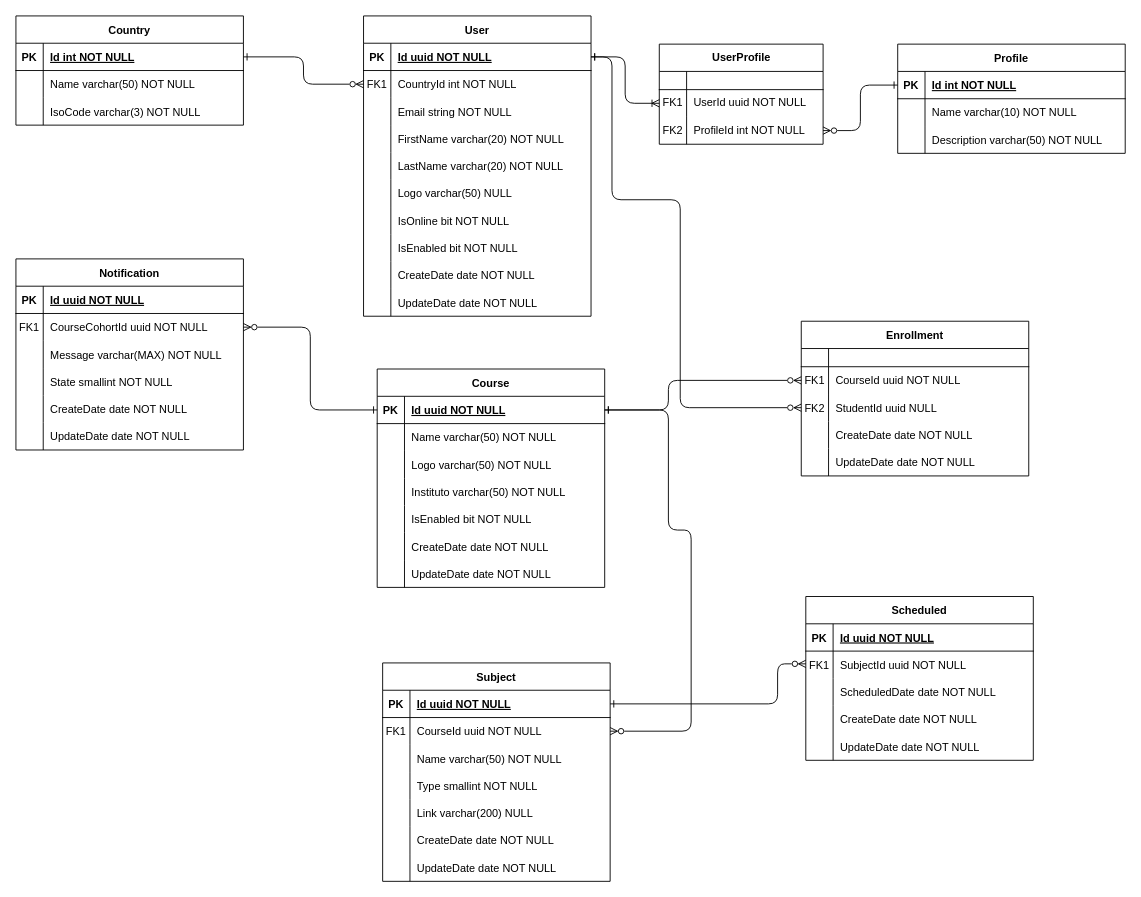
Before: StudyFlow Entidad-Relacion.drawio in Jomprate/StudyFlow, a draw.io diagram. Source tidied: cells renumbered, new cells numbered last; positions are measured from the earlier drawing's top-left corner, leaving out a move shared by most shapes. Both pictures are drawn from the tidied source at 91%, with x=0, y=0 at pixel (15, 15).
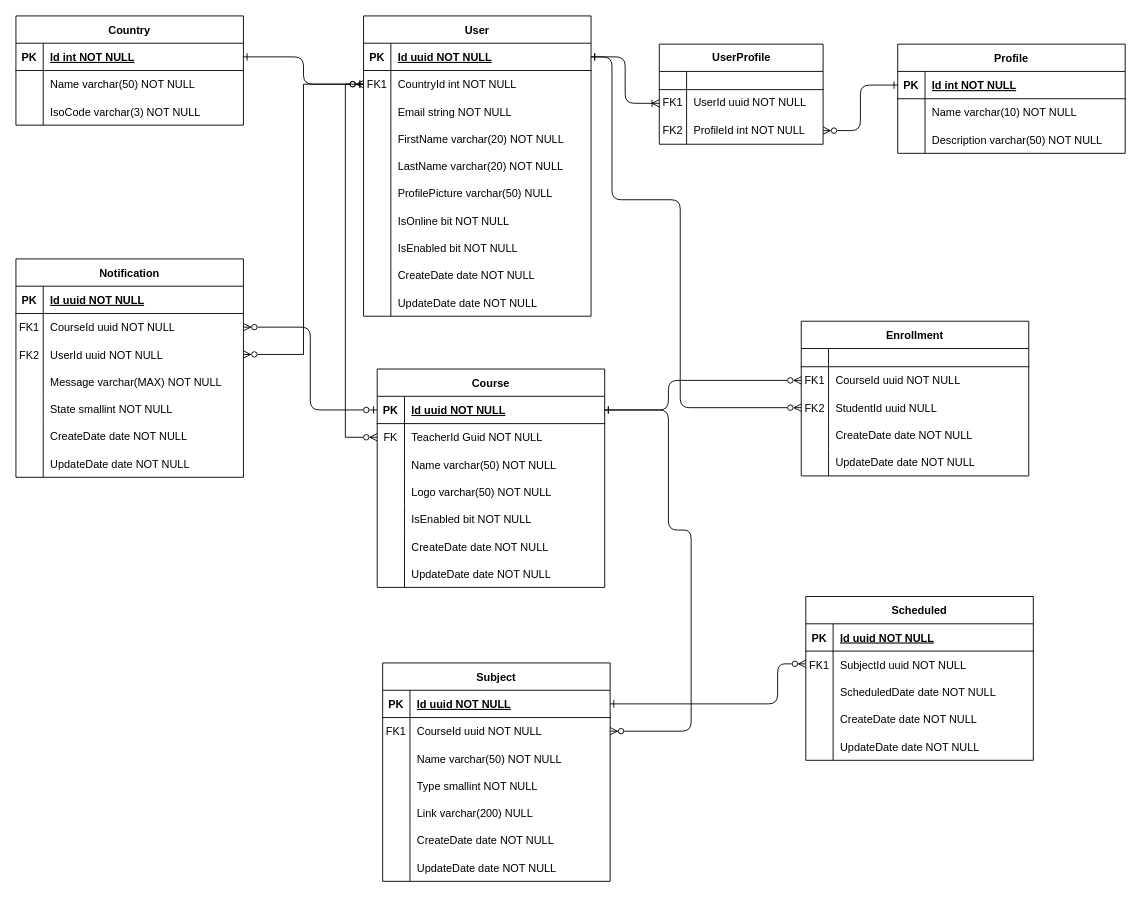
Above is the later version.

Commit message:
Update the entity with course with user

Unchanged cells that the change refers to:
```xml
<mxCell id="6" style="shape=partialRectangle;fillColor=none;points=[[0,0.5],[1,0.5]];portConstraint=eastwest;top=0;left=0;right=0;bottom=0;rounded=0;" parent="2" vertex="1">
  <mxGeometry y="60" width="250" height="30" as="geometry" />
</mxCell>
<mxCell id="18" style="shape=partialRectangle;fillColor=none;top=0;left=0;right=0;bottom=0;rounded=0;" parent="2" vertex="1">
  <mxGeometry y="180" width="250" height="30" as="geometry" />
</mxCell>
<mxCell id="97" style="group;rounded=0;" parent="1" vertex="1">
  <mxGeometry y="267" width="250" height="190" as="geometry" />
</mxCell>
<mxCell id="102" style="shape=partialRectangle;fillColor=none;points=[[0,0.5],[1,0.5]];portConstraint=eastwest;top=0;left=0;right=0;bottom=0;rounded=0;" parent="98" vertex="1">
  <mxGeometry y="60" width="250" height="30" as="geometry" />
</mxCell>
<mxCell id="129" value="Course" style="shape=table;startSize=30;childLayout=tableLayout;rowLines=0;fontStyle=1;align=center;rounded=0;" parent="1" vertex="1">
  <mxGeometry x="397" y="388" width="250" height="240" as="geometry" />
</mxCell>
<mxCell id="130" style="shape=partialRectangle;fillColor=none;points=[[0,0.5],[1,0.5]];portConstraint=eastwest;top=0;left=0;right=0;bottom=1;rounded=0;" parent="129" vertex="1">
  <mxGeometry y="30" width="250" height="30" as="geometry" />
</mxCell>
<mxCell id="133" style="shape=partialRectangle;fillColor=none;points=[[0,0.5],[1,0.5]];portConstraint=eastwest;top=0;left=0;right=0;bottom=0;rounded=0;" parent="129" vertex="1">
  <mxGeometry y="60" width="250" height="30" as="geometry" />
</mxCell>
```

What changed in the source:
```diff
@@
-    <mxCell id="20" value="Logo varchar(50) NULL" style="shape=partialRectangle;overflow=hidden;fillColor=none;top=0;left=0;bottom=0;right=0;align=left;spacingLeft=6;rounded=0;" parent="18" vertex="1">
+    <mxCell id="20" value="ProfilePicture varchar(50) NULL" style="shape=partialRectangle;overflow=hidden;fillColor=none;top=0;left=0;bottom=0;right=0;align=left;spacingLeft=6;rounded=0;" parent="18" vertex="1">
       <mxGeometry x="30" width="220" height="30" as="geometry" />
     </mxCell>
@@
     <mxCell id="98" value="Notification" style="shape=table;startSize=30;childLayout=tableLayout;rowLines=0;fontStyle=1;align=center;rounded=0;" parent="97" vertex="1">
-      <mxGeometry width="250" height="210" as="geometry" />
+      <mxGeometry width="250" height="240" as="geometry" />
     </mxCell>
@@
-    <mxCell id="104" value="CourseCohortId uuid NOT NULL" style="shape=partialRectangle;overflow=hidden;fillColor=none;top=0;left=0;bottom=0;right=0;align=left;spacingLeft=6;rounded=0;" parent="102" vertex="1">
+    <mxCell id="104" value="CourseId uuid NOT NULL" style="shape=partialRectangle;overflow=hidden;fillColor=none;top=0;left=0;bottom=0;right=0;align=left;spacingLeft=6;rounded=0;" parent="102" vertex="1">
       <mxGeometry x="30" width="220" height="30" as="geometry" />
     </mxCell>
+    <mxCell id="167" style="shape=partialRectangle;fillColor=none;points=[[0,0.5],[1,0.5]];portConstraint=eastwest;top=0;left=0;right=0;bottom=0;rounded=0;" parent="98" vertex="1">
+      <mxGeometry y="90" width="250" height="30" as="geometry" />
+    </mxCell>
+    <mxCell id="168" value="FK2" style="shape=partialRectangle;overflow=hidden;fillColor=none;top=0;left=0;bottom=0;right=0;rounded=0;" parent="167" vertex="1">
+      <mxGeometry width="30" height="30" as="geometry" />
+    </mxCell>
+    <mxCell id="169" value="UserId uuid NOT NULL" style="shape=partialRectangle;overflow=hidden;fillColor=none;top=0;left=0;bottom=0;right=0;align=left;spacingLeft=6;rounded=0;" parent="167" vertex="1">
+      <mxGeometry x="30" width="220" height="30" as="geometry" />
+    </mxCell>
     <mxCell id="105" style="shape=partialRectangle;fillColor=none;top=0;left=0;right=0;bottom=0;rounded=0;" parent="98" vertex="1">
-      <mxGeometry y="90" width="250" height="30" as="geometry" />
+      <mxGeometry y="120" width="250" height="30" as="geometry" />
     </mxCell>
@@
     <mxCell id="108" style="shape=partialRectangle;fillColor=none;top=0;left=0;right=0;bottom=0;rounded=0;" parent="98" vertex="1">
-      <mxGeometry y="120" width="250" height="30" as="geometry" />
+      <mxGeometry y="150" width="250" height="30" as="geometry" />
     </mxCell>
@@
     <mxCell id="111" style="shape=partialRectangle;fillColor=none;top=0;left=0;right=0;bottom=0;rounded=0;" parent="98" vertex="1">
-      <mxGeometry y="150" width="250" height="30" as="geometry" />
+      <mxGeometry y="180" width="250" height="30" as="geometry" />
     </mxCell>
@@
     <mxCell id="114" style="shape=partialRectangle;fillColor=none;top=0;left=0;right=0;bottom=0;rounded=0;" parent="98" vertex="1">
-      <mxGeometry y="180" width="250" height="30" as="geometry" />
+      <mxGeometry y="210" width="250" height="30" as="geometry" />
     </mxCell>
@@
-    <mxCell id="134" style="shape=partialRectangle;overflow=hidden;fillColor=none;top=0;left=0;bottom=0;right=0;rounded=0;" parent="133" vertex="1">
+    <mxCell id="134" value="FK" style="shape=partialRectangle;overflow=hidden;fillColor=none;top=0;left=0;bottom=0;right=0;rounded=0;" parent="133" vertex="1">
       <mxGeometry width="30" height="30" as="geometry" />
     </mxCell>
-    <mxCell id="135" value="Name varchar(50) NOT NULL" style="shape=partialRectangle;overflow=hidden;fillColor=none;top=0;left=0;bottom=0;right=0;align=left;spacingLeft=6;rounded=0;" parent="133" vertex="1">
+    <mxCell id="135" value="TeacherId Guid NOT NULL" style="shape=partialRectangle;overflow=hidden;fillColor=none;top=0;left=0;bottom=0;right=0;align=left;spacingLeft=6;rounded=0;" parent="133" vertex="1">
       <mxGeometry x="30" width="220" height="30" as="geometry" />
     </mxCell>
+    <mxCell id="170" style="shape=partialRectangle;fillColor=none;top=0;left=0;right=0;bottom=0;rounded=0;" parent="129" vertex="1">
+      <mxGeometry y="90" width="250" height="30" as="geometry" />
+    </mxCell>
+    <mxCell id="140" style="shape=partialRectangle;overflow=hidden;fillColor=none;top=0;left=0;bottom=0;right=0;rounded=0;" parent="170" vertex="1">
+      <mxGeometry width="30" height="30" as="geometry" />
+    </mxCell>
+    <mxCell id="171" value="Name varchar(50) NOT NULL" style="shape=partialRectangle;overflow=hidden;fillColor=none;top=0;left=0;bottom=0;right=0;align=left;spacingLeft=6;rounded=0;" parent="170" vertex="1">
+      <mxGeometry x="30" width="220" height="30" as="geometry" />
+    </mxCell>
     <mxCell id="136" style="shape=partialRectangle;fillColor=none;top=0;left=0;right=0;bottom=0;rounded=0;" parent="129" vertex="1">
-      <mxGeometry y="90" width="250" height="30" as="geometry" />
+      <mxGeometry y="120" width="250" height="30" as="geometry" />
     </mxCell>
@@
-    <mxCell id="139" style="shape=partialRectangle;fillColor=none;top=0;left=0;right=0;bottom=0;rounded=0;" parent="129" vertex="1">
-      <mxGeometry y="120" width="250" height="30" as="geometry" />
-    </mxCell>
-    <mxCell id="140" style="shape=partialRectangle;overflow=hidden;fillColor=none;top=0;left=0;bottom=0;right=0;rounded=0;" parent="139" vertex="1">
-      <mxGeometry width="30" height="30" as="geometry" />
-    </mxCell>
-    <mxCell id="141" value="Instituto varchar(50) NOT NULL" style="shape=partialRectangle;overflow=hidden;fillColor=none;top=0;left=0;bottom=0;right=0;align=left;spacingLeft=6;rounded=0;" parent="139" vertex="1">
-      <mxGeometry x="30" width="220" height="30" as="geometry" />
-    </mxCell>
@@
-    <mxCell id="154" style="edgeStyle=orthogonalEdgeStyle;jettySize=auto;html=1;exitX=1;exitY=0.5;exitDx=0;exitDy=0;entryX=0;entryY=0.5;entryDx=0;entryDy=0;startArrow=ERzeroToMany;startFill=0;endArrow=ERone;endFill=0;" parent="1" edge="1" source="102" target="130">
+    <mxCell id="154" style="edgeStyle=orthogonalEdgeStyle;jettySize=auto;html=1;exitX=1;exitY=0.5;exitDx=0;exitDy=0;entryX=0;entryY=0.5;entryDx=0;entryDy=0;startArrow=ERzeroToMany;startFill=0;endArrow=ERzeroToOne;endFill=0;" parent="1" edge="1" source="102" target="130">
       <mxGeometry relative="1" as="geometry" />
     </mxCell>
@@
+    <mxCell id="172" style="edgeStyle=orthogonalEdgeStyle;rounded=0;jettySize=auto;html=1;exitX=0;exitY=0.5;exitDx=0;exitDy=0;entryX=0;entryY=0.5;entryDx=0;entryDy=0;endArrow=ERone;endFill=0;startArrow=ERzeroToMany;startFill=0;" parent="1" edge="1" source="133" target="6">
+      <mxGeometry relative="1" as="geometry" />
+    </mxCell>
+    <mxCell id="173" style="edgeStyle=orthogonalEdgeStyle;rounded=0;jettySize=auto;html=1;entryX=0;entryY=0.5;entryDx=0;entryDy=0;startArrow=ERzeroToMany;startFill=0;endArrow=ERzeroToOne;endFill=0;" parent="1" edge="1" source="167" target="6">
+      <mxGeometry relative="1" as="geometry" />
+    </mxCell>
```
